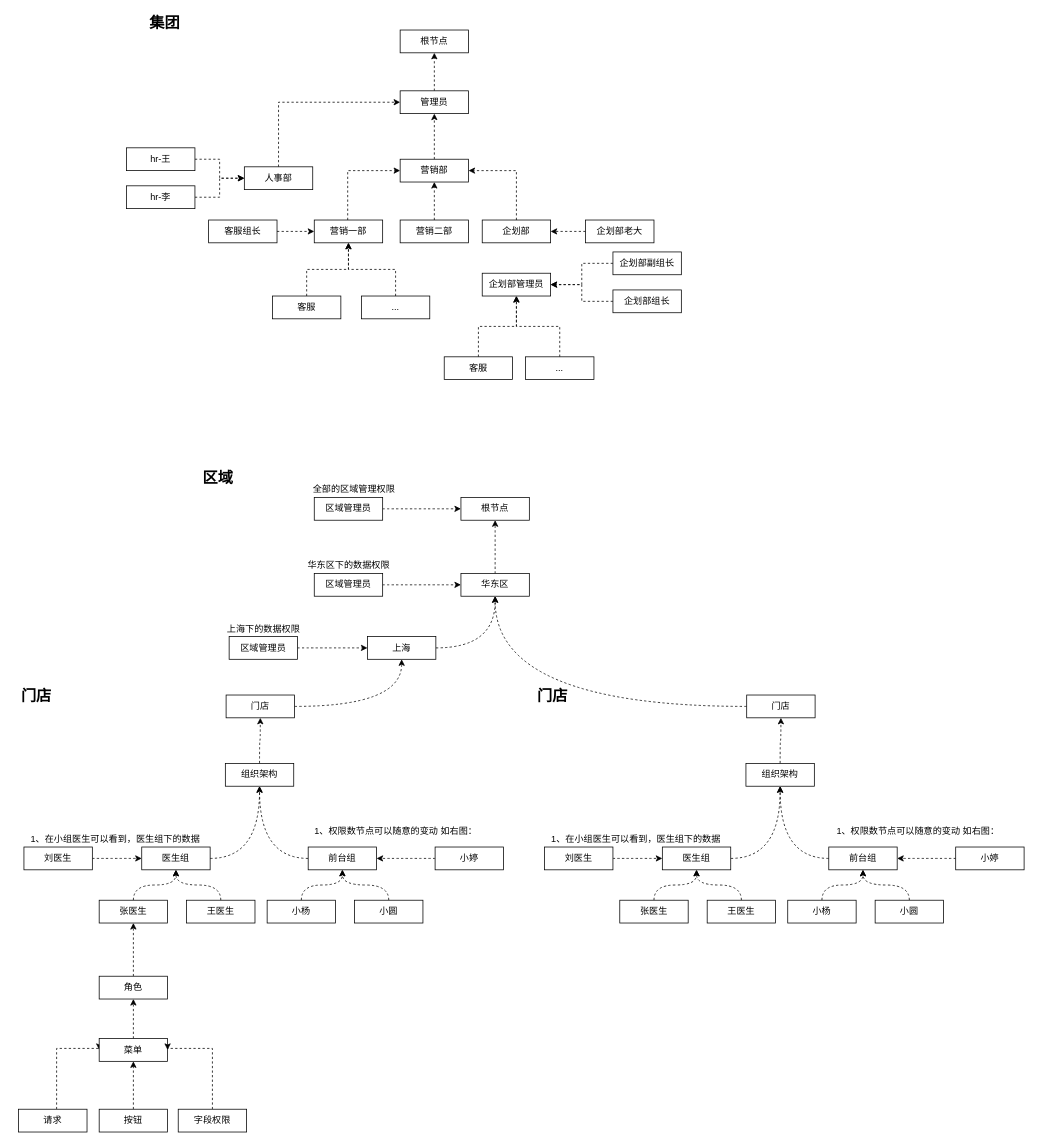
Earlier version of the draw.io diagram 牙管家/牙管家-完整sass权限.drawio (cherishsince/diagrams.net). Source tidied: cells renumbered, new cells numbered last; positions are measured from the earlier drawing's top-left corner, leaving out a move shared by most shapes. Both pictures are drawn from the tidied source at 76%, with x=0, y=0 at pixel (13, 14).
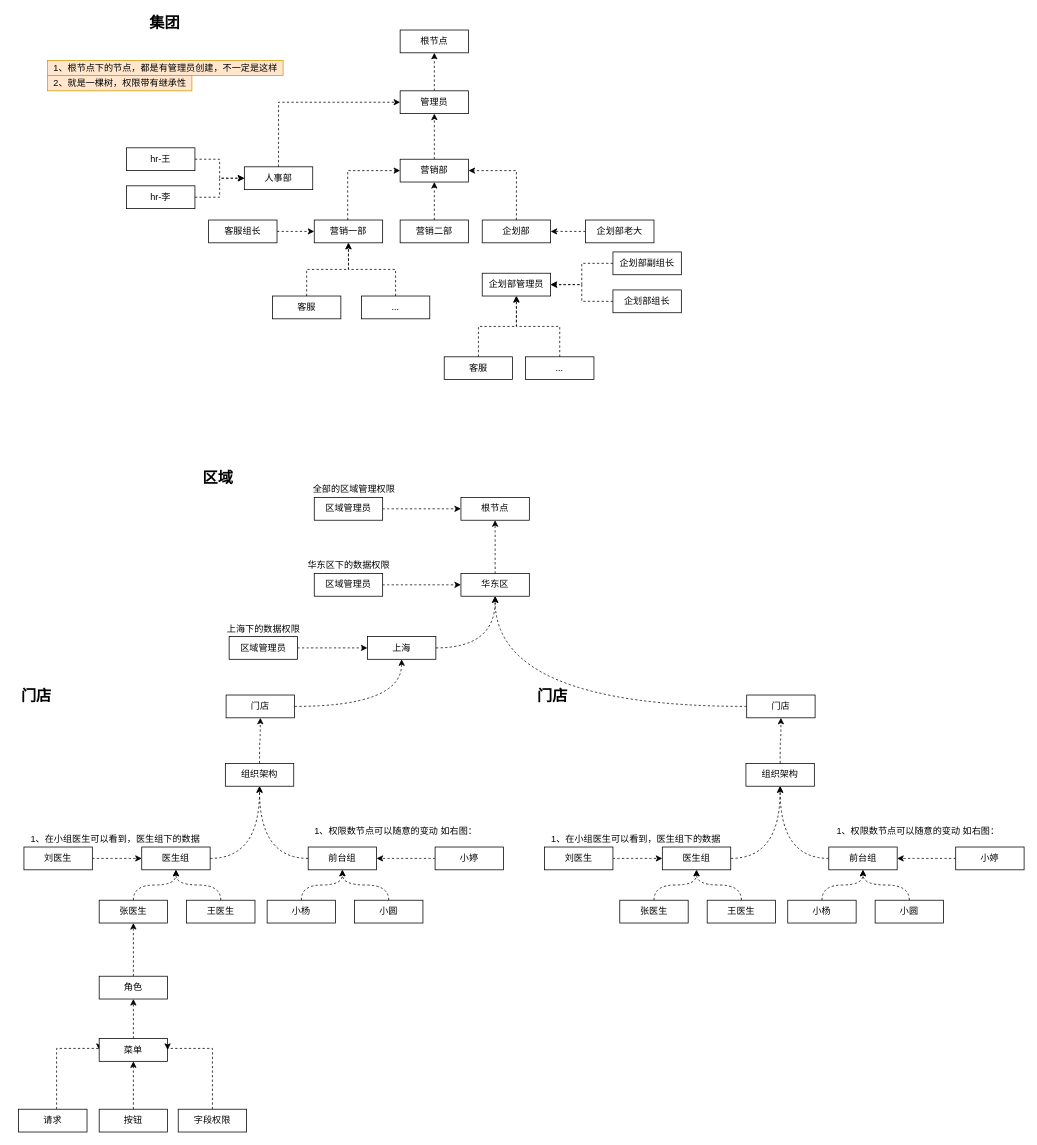
Above is the later version.

Commit message:
更新牙管家-完整sass权限.drawio

The edit, as a diff of the source:
```diff
@@
+    <mxCell id="108" value="1、根节点下的节点，都是有管理员创建，不一定是这样" style="text;html=1;align=center;verticalAlign=middle;strokeColor=#d79b00;fillColor=#ffe6cc;" parent="1" vertex="1">
+      <mxGeometry x="45" y="60" width="310" height="20" as="geometry" />
+    </mxCell>
+    <mxCell id="109" value="2、就是一棵树，权限带有继承性" style="text;html=1;align=center;verticalAlign=middle;strokeColor=#d79b00;fillColor=#ffe6cc;" parent="1" vertex="1">
+      <mxGeometry x="45" y="80" width="190" height="20" as="geometry" />
+    </mxCell>
```
